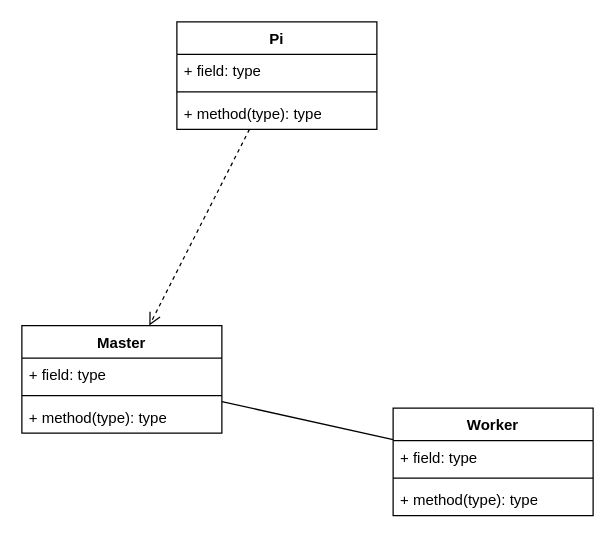
The draw.io diagram docs/conception/diagramme_conception_calcul_pi_masterworker.drawio in Neifko/tp_prog_avance, before the edit. Source tidied: cells renumbered, new cells numbered last; positions are measured from the earlier drawing's top-left corner, leaving out a move shared by most shapes. Both pictures are drawn from the tidied source at 125%, with x=0, y=0 at pixel (21, 21).
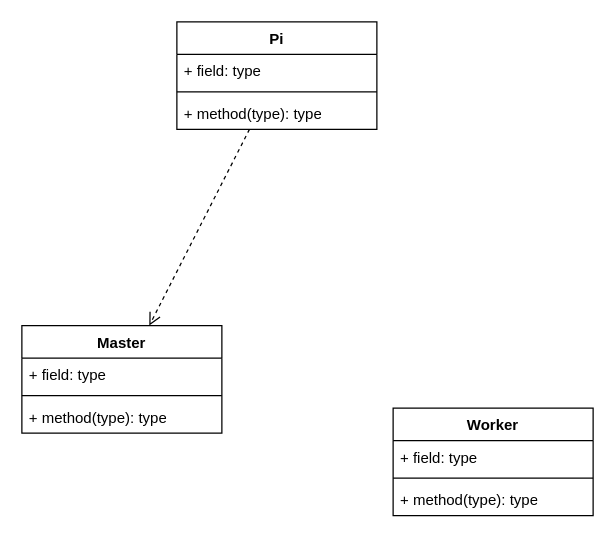
The same page after the edit.

Diff of the diagram source:
```diff
@@
 <mxGraphModel>
   <root>
     <mxCell id="0" />
     <mxCell id="1" parent="0" />
     <mxCell id="2" value="Pi" style="swimlane;fontStyle=1;align=center;verticalAlign=top;horizontal=1;startSize=26;whiteSpace=wrap;html=1;" parent="1" vertex="1">
       <mxGeometry x="124" width="160" height="86" as="geometry" />
     </mxCell>
     <mxCell id="3" value="+ field: type" style="text;strokeColor=none;fillColor=none;align=left;verticalAlign=top;spacingLeft=4;spacingRight=4;overflow=hidden;whiteSpace=wrap;html=1;" parent="2" vertex="1">
       <mxGeometry y="26" width="160" height="26" as="geometry" />
     </mxCell>
     <mxCell id="4" style="line;strokeWidth=1;fillColor=none;align=left;verticalAlign=middle;spacingTop=-1;spacingLeft=3;spacingRight=3;labelPosition=right;strokeColor=inherit;" parent="2" vertex="1">
       <mxGeometry y="52" width="160" height="8" as="geometry" />
     </mxCell>
     <mxCell id="5" value="+ method(type): type" style="text;strokeColor=none;fillColor=none;align=left;verticalAlign=top;spacingLeft=4;spacingRight=4;overflow=hidden;whiteSpace=wrap;html=1;" parent="2" vertex="1">
       <mxGeometry y="60" width="160" height="26" as="geometry" />
     </mxCell>
     <mxCell id="6" value="Master" style="swimlane;fontStyle=1;align=center;verticalAlign=top;horizontal=1;startSize=26;whiteSpace=wrap;html=1;" parent="1" vertex="1">
       <mxGeometry y="243" width="160" height="86" as="geometry" />
     </mxCell>
     <mxCell id="7" value="+ field: type" style="text;strokeColor=none;fillColor=none;align=left;verticalAlign=top;spacingLeft=4;spacingRight=4;overflow=hidden;whiteSpace=wrap;html=1;" parent="6" vertex="1">
       <mxGeometry y="26" width="160" height="26" as="geometry" />
     </mxCell>
     <mxCell id="8" style="line;strokeWidth=1;fillColor=none;align=left;verticalAlign=middle;spacingTop=-1;spacingLeft=3;spacingRight=3;labelPosition=right;strokeColor=inherit;" parent="6" vertex="1">
       <mxGeometry y="52" width="160" height="8" as="geometry" />
     </mxCell>
     <mxCell id="9" value="+ method(type): type" style="text;strokeColor=none;fillColor=none;align=left;verticalAlign=top;spacingLeft=4;spacingRight=4;overflow=hidden;whiteSpace=wrap;html=1;" parent="6" vertex="1">
       <mxGeometry y="60" width="160" height="26" as="geometry" />
     </mxCell>
     <mxCell id="10" value="Worker" style="swimlane;fontStyle=1;align=center;verticalAlign=top;horizontal=1;startSize=26;whiteSpace=wrap;html=1;" parent="1" vertex="1">
       <mxGeometry x="297" y="309" width="160" height="86" as="geometry" />
     </mxCell>
     <mxCell id="11" value="+ field: type" style="text;strokeColor=none;fillColor=none;align=left;verticalAlign=top;spacingLeft=4;spacingRight=4;overflow=hidden;whiteSpace=wrap;html=1;" parent="10" vertex="1">
       <mxGeometry y="26" width="160" height="26" as="geometry" />
     </mxCell>
     <mxCell id="12" style="line;strokeWidth=1;fillColor=none;align=left;verticalAlign=middle;spacingTop=-1;spacingLeft=3;spacingRight=3;labelPosition=right;strokeColor=inherit;" parent="10" vertex="1">
       <mxGeometry y="52" width="160" height="8" as="geometry" />
     </mxCell>
     <mxCell id="13" value="+ method(type): type" style="text;strokeColor=none;fillColor=none;align=left;verticalAlign=top;spacingLeft=4;spacingRight=4;overflow=hidden;whiteSpace=wrap;html=1;" parent="10" vertex="1">
       <mxGeometry y="60" width="160" height="26" as="geometry" />
     </mxCell>
     <mxCell id="14" style="endArrow=open;html=1;rounded=0;fontSize=12;startSize=8;endSize=8;curved=1;endFill=0;dashed=1;" parent="1" edge="1" source="2" target="6">
       <mxGeometry relative="1" as="geometry" />
     </mxCell>
-    <mxCell id="15" style="endArrow=none;html=1;rounded=0;fontSize=12;startSize=8;endSize=8;curved=1;endFill=0;strokeColor=default;" parent="1" edge="1" source="6" target="10">
-      <mxGeometry relative="1" as="geometry" />
-    </mxCell>
   </root>
 </mxGraphModel>
```
